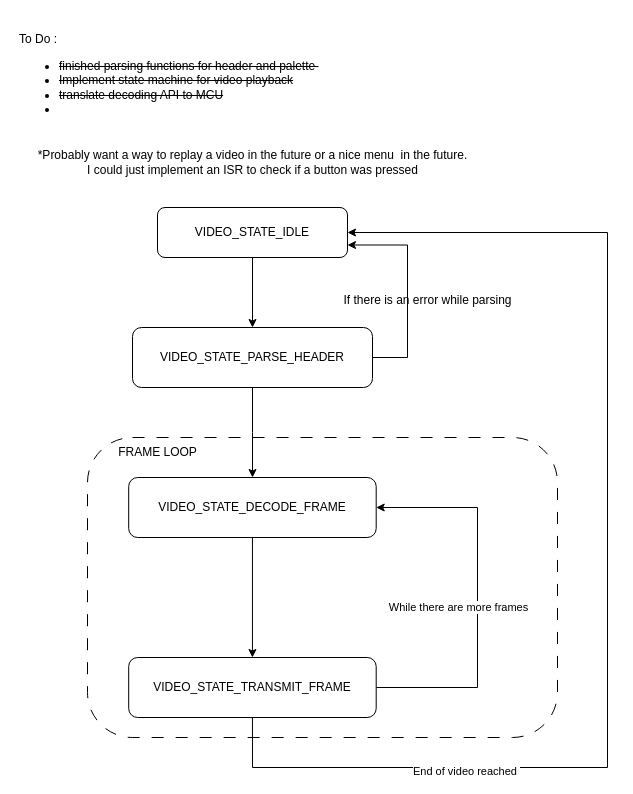
Before: page "Page-1" (1 of 2) of docs/Software_Arch.drawio in evanwu03/embedded_video_codec, a draw.io diagram. Source tidied: cells renumbered, new cells numbered last; positions are measured from the earlier drawing's top-left corner, leaving out a move shared by most shapes. Both pictures are drawn from the tidied source at 100%, with x=0, y=0 at pixel (17, 27).
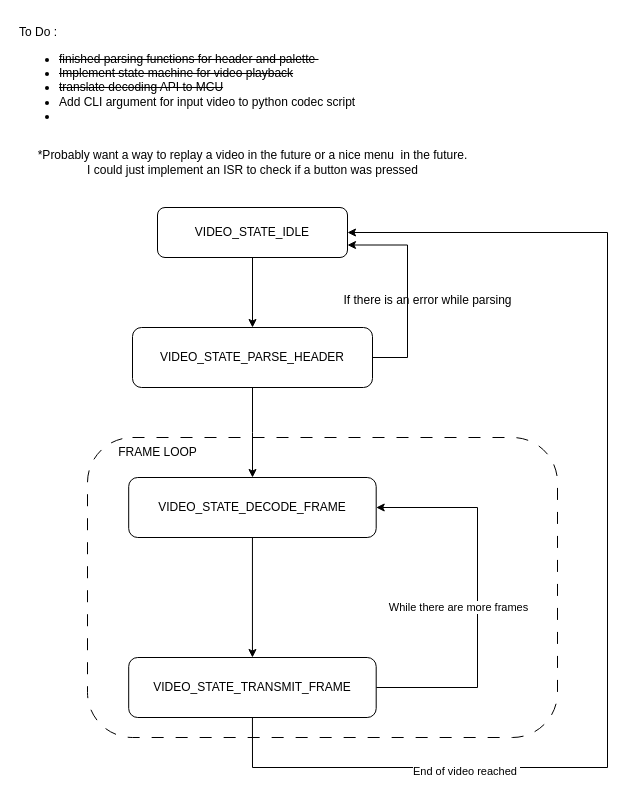
The same diagram, later.

Diff of the diagram source:
```diff
@@
-    <mxCell id="3" value="To Do :&amp;nbsp;&lt;div&gt;&lt;ul&gt;&lt;li&gt;&lt;strike&gt;finished parsing functions for header and palette&amp;nbsp;&lt;/strike&gt;&lt;/li&gt;&lt;li&gt;&lt;strike&gt;Implement state machine for video playback&lt;/strike&gt;&lt;/li&gt;&lt;li&gt;&lt;strike&gt;translate decoding API to MCU&lt;/strike&gt;&lt;/li&gt;&lt;li&gt;&lt;br&gt;&lt;/li&gt;&lt;/ul&gt;&lt;/div&gt;&lt;div&gt;&lt;br&gt;&lt;/div&gt;" style="text;html=1;align=left;verticalAlign=middle;strokeColor=none;fillColor=none;" parent="1" vertex="1">
-      <mxGeometry width="320" height="120" as="geometry" />
+    <mxCell id="3" value="To Do :&amp;nbsp;&lt;div&gt;&lt;ul&gt;&lt;li&gt;&lt;strike&gt;finished parsing functions for header and palette&amp;nbsp;&lt;/strike&gt;&lt;/li&gt;&lt;li&gt;&lt;strike&gt;Implement state machine for video playback&lt;/strike&gt;&lt;/li&gt;&lt;li&gt;&lt;strike&gt;translate decoding API to MCU&lt;/strike&gt;&lt;/li&gt;&lt;li&gt;Add CLI argument for input video to python codec script&amp;nbsp;&lt;/li&gt;&lt;li&gt;&lt;br&gt;&lt;/li&gt;&lt;/ul&gt;&lt;/div&gt;&lt;div&gt;&lt;br&gt;&lt;/div&gt;" style="text;html=1;align=left;verticalAlign=middle;strokeColor=none;fillColor=none;" parent="1" vertex="1">
+      <mxGeometry y="-10" width="360" height="140" as="geometry" />
     </mxCell>
```
